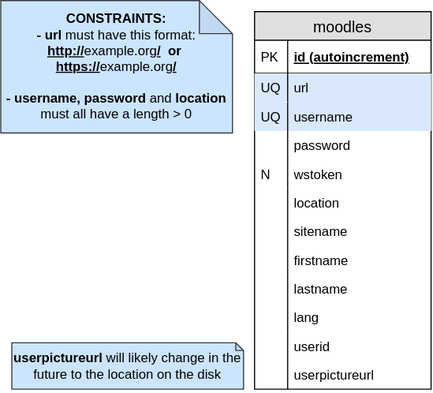
This is db/DB.svg from LiTO773/NoodleOld, a draw.io export, as it was before one commit. Source tidied: cells renumbered, new cells last; positions are measured from the earlier drawing's top-left corner, leaving out a move shared by most shapes.
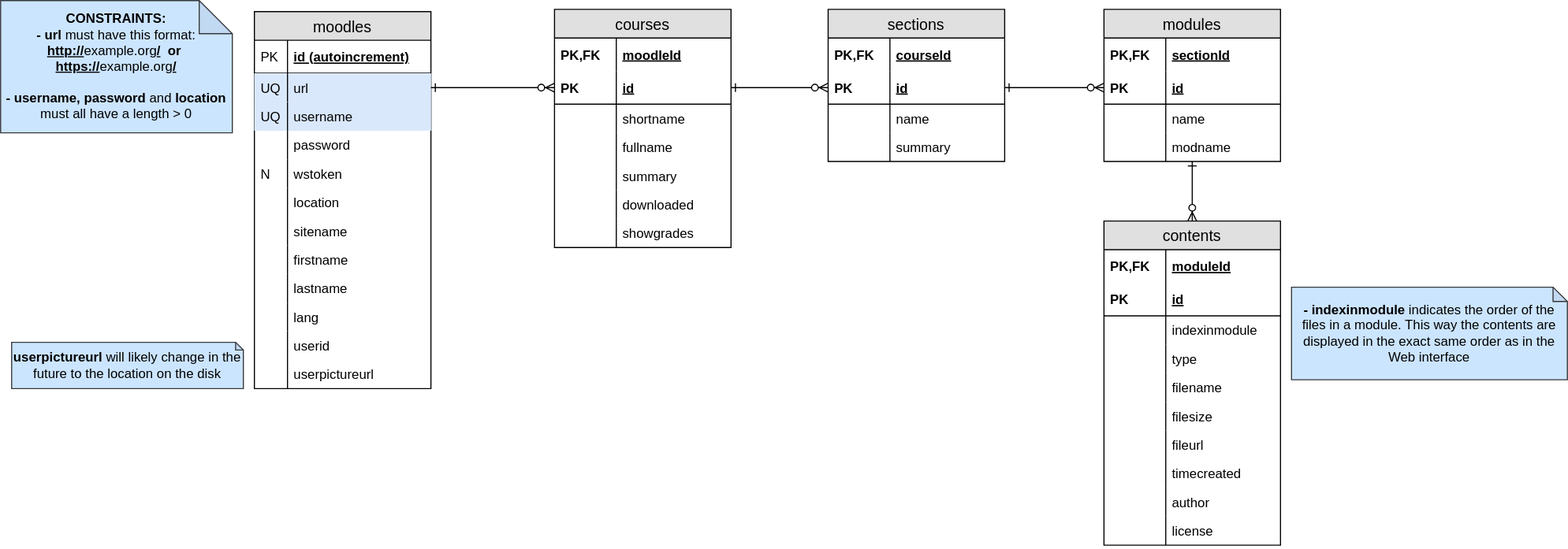
Above is the later version.

Commit message:
feat(db): New Relational Model

The new Relational Model now allows stores all the necessary Moodle information.

The edit, as a diff of the source:
```diff
@@ -83,5 +83,188 @@
     <mxCell id="28" value="&lt;b&gt;userpictureurl &lt;/b&gt;will likely change in the future to the location on the disk" style="shape=note;whiteSpace=wrap;html=1;backgroundOutline=1;darkOpacity=0.05;fillColor=#cce5ff;strokeColor=#36393d;size=7;" parent="1" vertex="1">
       <mxGeometry x="10" y="310" width="210" height="42" as="geometry" />
     </mxCell>
+    <mxCell id="29" style="edgeStyle=orthogonalEdgeStyle;rounded=0;orthogonalLoop=1;jettySize=auto;html=1;exitX=0.5;exitY=1;exitDx=0;exitDy=0;exitPerimeter=0;" parent="1" edge="1">
+      <mxGeometry relative="1" as="geometry">
+        <mxPoint x="680" y="381" as="sourcePoint" />
+        <mxPoint x="680" y="381" as="targetPoint" />
+      </mxGeometry>
+    </mxCell>
+    <mxCell id="30" value="courses" style="swimlane;fontStyle=0;horizontal=1;startSize=26;fillColor=#e0e0e0;swimlaneFillColor=#ffffff;align=center;fontSize=14;" parent="1" vertex="1">
+      <mxGeometry x="502" y="8" width="160" height="216" as="geometry" />
+    </mxCell>
+    <mxCell id="31" value="moodleId" style="shape=partialRectangle;top=0;left=0;right=0;bottom=0;align=left;verticalAlign=middle;fillColor=none;spacingLeft=60;spacingRight=4;overflow=hidden;fontStyle=5;fontSize=12;" parent="30" vertex="1">
+      <mxGeometry y="26" width="160" height="30" as="geometry" />
+    </mxCell>
+    <mxCell id="32" value="PK,FK" style="shape=partialRectangle;fontStyle=1;top=0;left=0;bottom=0;fillColor=none;align=left;verticalAlign=middle;spacingLeft=4;spacingRight=4;overflow=hidden;fontSize=12;" parent="31" vertex="1">
+      <mxGeometry width="56" height="30" as="geometry" />
+    </mxCell>
+    <mxCell id="33" value="id" style="shape=partialRectangle;top=0;left=0;right=0;bottom=1;align=left;verticalAlign=middle;fillColor=none;spacingLeft=60;spacingRight=4;overflow=hidden;points=[[0,0.5],[1,0.5]];portConstraint=eastwest;fontStyle=5;fontSize=12;" parent="30" vertex="1">
+      <mxGeometry y="56" width="160" height="30" as="geometry" />
+    </mxCell>
+    <mxCell id="34" value="PK" style="shape=partialRectangle;fontStyle=1;top=0;left=0;bottom=0;fillColor=none;align=left;verticalAlign=middle;spacingLeft=4;spacingRight=4;overflow=hidden;fontSize=12;" parent="33" vertex="1">
+      <mxGeometry width="56" height="30" as="geometry" />
+    </mxCell>
+    <mxCell id="35" value="shortname" style="shape=partialRectangle;top=0;left=0;right=0;bottom=0;align=left;verticalAlign=top;fillColor=none;spacingLeft=60;spacingRight=4;overflow=hidden;fontSize=12;" parent="30" vertex="1">
+      <mxGeometry y="86" width="160" height="26" as="geometry" />
+    </mxCell>
+    <mxCell id="36" style="shape=partialRectangle;top=0;left=0;bottom=0;fillColor=none;align=left;verticalAlign=top;spacingLeft=4;spacingRight=4;overflow=hidden;fontSize=12;" parent="35" vertex="1">
+      <mxGeometry width="56" height="26" as="geometry" />
+    </mxCell>
+    <mxCell id="37" value="fullname" style="shape=partialRectangle;top=0;left=0;right=0;bottom=0;align=left;verticalAlign=top;fillColor=none;spacingLeft=60;spacingRight=4;overflow=hidden;fontSize=12;" parent="30" vertex="1">
+      <mxGeometry y="112" width="160" height="26" as="geometry" />
+    </mxCell>
+    <mxCell id="38" style="shape=partialRectangle;top=0;left=0;bottom=0;fillColor=none;align=left;verticalAlign=top;spacingLeft=4;spacingRight=4;overflow=hidden;fontSize=12;" parent="37" vertex="1">
+      <mxGeometry width="56" height="26" as="geometry" />
+    </mxCell>
+    <mxCell id="39" value="summary" style="shape=partialRectangle;top=0;left=0;right=0;bottom=0;align=left;verticalAlign=top;fillColor=none;spacingLeft=60;spacingRight=4;overflow=hidden;fontSize=12;" parent="30" vertex="1">
+      <mxGeometry y="138" width="160" height="26" as="geometry" />
+    </mxCell>
+    <mxCell id="40" style="shape=partialRectangle;top=0;left=0;bottom=0;fillColor=none;align=left;verticalAlign=top;spacingLeft=4;spacingRight=4;overflow=hidden;fontSize=12;" parent="39" vertex="1">
+      <mxGeometry width="56" height="26" as="geometry" />
+    </mxCell>
+    <mxCell id="41" value="downloaded" style="shape=partialRectangle;top=0;left=0;right=0;bottom=0;align=left;verticalAlign=top;fillColor=none;spacingLeft=60;spacingRight=4;overflow=hidden;fontSize=12;" parent="30" vertex="1">
+      <mxGeometry y="164" width="160" height="26" as="geometry" />
+    </mxCell>
+    <mxCell id="42" style="shape=partialRectangle;top=0;left=0;bottom=0;fillColor=none;align=left;verticalAlign=top;spacingLeft=4;spacingRight=4;overflow=hidden;fontSize=12;" parent="41" vertex="1">
+      <mxGeometry width="56" height="26" as="geometry" />
+    </mxCell>
+    <mxCell id="43" value="showgrades" style="shape=partialRectangle;top=0;left=0;right=0;bottom=0;align=left;verticalAlign=top;fillColor=none;spacingLeft=60;spacingRight=4;overflow=hidden;fontSize=12;" parent="30" vertex="1">
+      <mxGeometry y="190" width="160" height="26" as="geometry" />
+    </mxCell>
+    <mxCell id="44" style="shape=partialRectangle;top=0;left=0;bottom=0;fillColor=none;align=left;verticalAlign=top;spacingLeft=4;spacingRight=4;overflow=hidden;fontSize=12;" parent="43" vertex="1">
+      <mxGeometry width="56" height="26" as="geometry" />
+    </mxCell>
+    <mxCell id="45" style="fontSize=12;html=1;endArrow=ERzeroToMany;startArrow=ERone;entryX=0;entryY=0.5;entryDx=0;entryDy=0;exitX=1;exitY=0.5;exitDx=0;exitDy=0;startFill=0;" parent="1" edge="1" source="5" target="33">
+      <mxGeometry relative="1" as="geometry" />
+    </mxCell>
+    <mxCell id="46" value="sections" style="swimlane;fontStyle=0;horizontal=1;startSize=26;fillColor=#e0e0e0;swimlaneFillColor=#ffffff;align=center;fontSize=14;" parent="1" vertex="1">
+      <mxGeometry x="750" y="8" width="160" height="138" as="geometry" />
+    </mxCell>
+    <mxCell id="47" value="courseId" style="shape=partialRectangle;top=0;left=0;right=0;bottom=0;align=left;verticalAlign=middle;fillColor=none;spacingLeft=60;spacingRight=4;overflow=hidden;fontStyle=5;fontSize=12;" parent="46" vertex="1">
+      <mxGeometry y="26" width="160" height="30" as="geometry" />
+    </mxCell>
+    <mxCell id="48" value="PK,FK" style="shape=partialRectangle;fontStyle=1;top=0;left=0;bottom=0;fillColor=none;align=left;verticalAlign=middle;spacingLeft=4;spacingRight=4;overflow=hidden;fontSize=12;" parent="47" vertex="1">
+      <mxGeometry width="56" height="30" as="geometry" />
+    </mxCell>
+    <mxCell id="49" value="id" style="shape=partialRectangle;top=0;left=0;right=0;bottom=1;align=left;verticalAlign=middle;fillColor=none;spacingLeft=60;spacingRight=4;overflow=hidden;points=[[0,0.5],[1,0.5]];portConstraint=eastwest;fontStyle=5;fontSize=12;" parent="46" vertex="1">
+      <mxGeometry y="56" width="160" height="30" as="geometry" />
+    </mxCell>
+    <mxCell id="50" value="PK" style="shape=partialRectangle;fontStyle=1;top=0;left=0;bottom=0;fillColor=none;align=left;verticalAlign=middle;spacingLeft=4;spacingRight=4;overflow=hidden;fontSize=12;" parent="49" vertex="1">
+      <mxGeometry width="56" height="30" as="geometry" />
+    </mxCell>
+    <mxCell id="51" value="name" style="shape=partialRectangle;top=0;left=0;right=0;bottom=0;align=left;verticalAlign=top;fillColor=none;spacingLeft=60;spacingRight=4;overflow=hidden;fontSize=12;" parent="46" vertex="1">
+      <mxGeometry y="86" width="160" height="26" as="geometry" />
+    </mxCell>
+    <mxCell id="52" style="shape=partialRectangle;top=0;left=0;bottom=0;fillColor=none;align=left;verticalAlign=top;spacingLeft=4;spacingRight=4;overflow=hidden;fontSize=12;" parent="51" vertex="1">
+      <mxGeometry width="56" height="26" as="geometry" />
+    </mxCell>
+    <mxCell id="53" value="summary" style="shape=partialRectangle;top=0;left=0;right=0;bottom=0;align=left;verticalAlign=top;fillColor=none;spacingLeft=60;spacingRight=4;overflow=hidden;fontSize=12;" parent="46" vertex="1">
+      <mxGeometry y="112" width="160" height="26" as="geometry" />
+    </mxCell>
+    <mxCell id="54" style="shape=partialRectangle;top=0;left=0;bottom=0;fillColor=none;align=left;verticalAlign=top;spacingLeft=4;spacingRight=4;overflow=hidden;fontSize=12;" parent="53" vertex="1">
+      <mxGeometry width="56" height="26" as="geometry" />
+    </mxCell>
+    <mxCell id="55" style="fontSize=12;html=1;endArrow=ERzeroToMany;startArrow=ERone;entryX=0;entryY=0.5;entryDx=0;entryDy=0;startFill=0;" parent="1" edge="1" source="33" target="49">
+      <mxGeometry relative="1" as="geometry" />
+    </mxCell>
+    <mxCell id="56" value="modules" style="swimlane;fontStyle=0;horizontal=1;startSize=26;fillColor=#e0e0e0;swimlaneFillColor=#ffffff;align=center;fontSize=14;" parent="1" vertex="1">
+      <mxGeometry x="1000" y="8" width="160" height="138" as="geometry" />
+    </mxCell>
+    <mxCell id="57" value="sectionId" style="shape=partialRectangle;top=0;left=0;right=0;bottom=0;align=left;verticalAlign=middle;fillColor=none;spacingLeft=60;spacingRight=4;overflow=hidden;fontStyle=5;fontSize=12;" parent="56" vertex="1">
+      <mxGeometry y="26" width="160" height="30" as="geometry" />
+    </mxCell>
+    <mxCell id="58" value="PK,FK" style="shape=partialRectangle;fontStyle=1;top=0;left=0;bottom=0;fillColor=none;align=left;verticalAlign=middle;spacingLeft=4;spacingRight=4;overflow=hidden;fontSize=12;" parent="57" vertex="1">
+      <mxGeometry width="56" height="30" as="geometry" />
+    </mxCell>
+    <mxCell id="59" value="id" style="shape=partialRectangle;top=0;left=0;right=0;bottom=1;align=left;verticalAlign=middle;fillColor=none;spacingLeft=60;spacingRight=4;overflow=hidden;points=[[0,0.5],[1,0.5]];portConstraint=eastwest;fontStyle=5;fontSize=12;" parent="56" vertex="1">
+      <mxGeometry y="56" width="160" height="30" as="geometry" />
+    </mxCell>
+    <mxCell id="60" value="PK" style="shape=partialRectangle;fontStyle=1;top=0;left=0;bottom=0;fillColor=none;align=left;verticalAlign=middle;spacingLeft=4;spacingRight=4;overflow=hidden;fontSize=12;" parent="59" vertex="1">
+      <mxGeometry width="56" height="30" as="geometry" />
+    </mxCell>
+    <mxCell id="61" value="name" style="shape=partialRectangle;top=0;left=0;right=0;bottom=0;align=left;verticalAlign=top;fillColor=none;spacingLeft=60;spacingRight=4;overflow=hidden;fontSize=12;" parent="56" vertex="1">
+      <mxGeometry y="86" width="160" height="26" as="geometry" />
+    </mxCell>
+    <mxCell id="62" style="shape=partialRectangle;top=0;left=0;bottom=0;fillColor=none;align=left;verticalAlign=top;spacingLeft=4;spacingRight=4;overflow=hidden;fontSize=12;" parent="61" vertex="1">
+      <mxGeometry width="56" height="26" as="geometry" />
+    </mxCell>
+    <mxCell id="63" value="modname" style="shape=partialRectangle;top=0;left=0;right=0;bottom=0;align=left;verticalAlign=top;fillColor=none;spacingLeft=60;spacingRight=4;overflow=hidden;points=[[0,0.5],[1,0.5]];portConstraint=eastwest;fontSize=12;" parent="56" vertex="1">
+      <mxGeometry y="112" width="160" height="26" as="geometry" />
+    </mxCell>
+    <mxCell id="64" style="shape=partialRectangle;top=0;left=0;bottom=0;fillColor=none;align=left;verticalAlign=top;spacingLeft=4;spacingRight=4;overflow=hidden;fontSize=12;" parent="63" vertex="1">
+      <mxGeometry width="56" height="26" as="geometry" />
+    </mxCell>
+    <mxCell id="65" style="fontSize=12;html=1;endArrow=ERzeroToMany;startArrow=ERone;entryX=0;entryY=0.5;entryDx=0;entryDy=0;endFill=1;startFill=0;exitX=1;exitY=0.5;exitDx=0;exitDy=0;" parent="1" edge="1" source="49" target="59">
+      <mxGeometry relative="1" as="geometry" />
+    </mxCell>
+    <mxCell id="66" value="contents" style="swimlane;fontStyle=0;horizontal=1;startSize=26;fillColor=#e0e0e0;swimlaneFillColor=#ffffff;align=center;fontSize=14;" parent="1" vertex="1">
+      <mxGeometry x="1000" y="200" width="160" height="294" as="geometry" />
+    </mxCell>
+    <mxCell id="67" value="moduleId" style="shape=partialRectangle;top=0;left=0;right=0;bottom=0;align=left;verticalAlign=middle;fillColor=none;spacingLeft=60;spacingRight=4;overflow=hidden;fontStyle=5;fontSize=12;" parent="66" vertex="1">
+      <mxGeometry y="26" width="160" height="30" as="geometry" />
+    </mxCell>
+    <mxCell id="68" value="PK,FK" style="shape=partialRectangle;fontStyle=1;top=0;left=0;bottom=0;fillColor=none;align=left;verticalAlign=middle;spacingLeft=4;spacingRight=4;overflow=hidden;fontSize=12;" parent="67" vertex="1">
+      <mxGeometry width="56" height="30" as="geometry" />
+    </mxCell>
+    <mxCell id="69" value="id" style="shape=partialRectangle;top=0;left=0;right=0;bottom=1;align=left;verticalAlign=middle;fillColor=none;spacingLeft=60;spacingRight=4;overflow=hidden;fontStyle=5;fontSize=12;" parent="66" vertex="1">
+      <mxGeometry y="56" width="160" height="30" as="geometry" />
+    </mxCell>
+    <mxCell id="70" value="PK" style="shape=partialRectangle;fontStyle=1;top=0;left=0;bottom=0;fillColor=none;align=left;verticalAlign=middle;spacingLeft=4;spacingRight=4;overflow=hidden;fontSize=12;" parent="69" vertex="1">
+      <mxGeometry width="56" height="30" as="geometry" />
+    </mxCell>
+    <mxCell id="71" value="indexinmodule" style="shape=partialRectangle;top=0;left=0;right=0;bottom=0;align=left;verticalAlign=top;fillColor=none;spacingLeft=60;spacingRight=4;overflow=hidden;fontSize=12;" parent="66" vertex="1">
+      <mxGeometry y="86" width="160" height="26" as="geometry" />
+    </mxCell>
+    <mxCell id="72" style="shape=partialRectangle;top=0;left=0;bottom=0;fillColor=none;align=left;verticalAlign=top;spacingLeft=4;spacingRight=4;overflow=hidden;fontSize=12;" parent="71" vertex="1">
+      <mxGeometry width="56" height="26" as="geometry" />
+    </mxCell>
+    <mxCell id="73" value="type" style="shape=partialRectangle;top=0;left=0;right=0;bottom=0;align=left;verticalAlign=top;fillColor=none;spacingLeft=60;spacingRight=4;overflow=hidden;fontSize=12;" parent="66" vertex="1">
+      <mxGeometry y="112" width="160" height="26" as="geometry" />
+    </mxCell>
+    <mxCell id="74" style="shape=partialRectangle;top=0;left=0;bottom=0;fillColor=none;align=left;verticalAlign=top;spacingLeft=4;spacingRight=4;overflow=hidden;fontSize=12;" parent="73" vertex="1">
+      <mxGeometry width="56" height="26" as="geometry" />
+    </mxCell>
+    <mxCell id="75" value="filename" style="shape=partialRectangle;top=0;left=0;right=0;bottom=0;align=left;verticalAlign=top;fillColor=none;spacingLeft=60;spacingRight=4;overflow=hidden;fontSize=12;" parent="66" vertex="1">
+      <mxGeometry y="138" width="160" height="26" as="geometry" />
+    </mxCell>
+    <mxCell id="76" style="shape=partialRectangle;top=0;left=0;bottom=0;fillColor=none;align=left;verticalAlign=top;spacingLeft=4;spacingRight=4;overflow=hidden;fontSize=12;" parent="75" vertex="1">
+      <mxGeometry width="56" height="26" as="geometry" />
+    </mxCell>
+    <mxCell id="77" value="filesize" style="shape=partialRectangle;top=0;left=0;right=0;bottom=0;align=left;verticalAlign=top;fillColor=none;spacingLeft=60;spacingRight=4;overflow=hidden;fontSize=12;" parent="66" vertex="1">
+      <mxGeometry y="164" width="160" height="26" as="geometry" />
+    </mxCell>
+    <mxCell id="78" style="shape=partialRectangle;top=0;left=0;bottom=0;fillColor=none;align=left;verticalAlign=top;spacingLeft=4;spacingRight=4;overflow=hidden;fontSize=12;" parent="77" vertex="1">
+      <mxGeometry width="56" height="26" as="geometry" />
+    </mxCell>
+    <mxCell id="79" value="fileurl" style="shape=partialRectangle;top=0;left=0;right=0;bottom=0;align=left;verticalAlign=top;fillColor=none;spacingLeft=60;spacingRight=4;overflow=hidden;fontSize=12;" parent="66" vertex="1">
+      <mxGeometry y="190" width="160" height="26" as="geometry" />
+    </mxCell>
+    <mxCell id="80" style="shape=partialRectangle;top=0;left=0;bottom=0;fillColor=none;align=left;verticalAlign=top;spacingLeft=4;spacingRight=4;overflow=hidden;fontSize=12;" parent="79" vertex="1">
+      <mxGeometry width="56" height="26" as="geometry" />
+    </mxCell>
+    <mxCell id="81" value="timecreated" style="shape=partialRectangle;top=0;left=0;right=0;bottom=0;align=left;verticalAlign=top;fillColor=none;spacingLeft=60;spacingRight=4;overflow=hidden;fontSize=12;" parent="66" vertex="1">
+      <mxGeometry y="216" width="160" height="26" as="geometry" />
+    </mxCell>
+    <mxCell id="82" style="shape=partialRectangle;top=0;left=0;bottom=0;fillColor=none;align=left;verticalAlign=top;spacingLeft=4;spacingRight=4;overflow=hidden;fontSize=12;" parent="81" vertex="1">
+      <mxGeometry width="56" height="26" as="geometry" />
+    </mxCell>
+    <mxCell id="83" value="author" style="shape=partialRectangle;top=0;left=0;right=0;bottom=0;align=left;verticalAlign=top;fillColor=none;spacingLeft=60;spacingRight=4;overflow=hidden;fontSize=12;" parent="66" vertex="1">
+      <mxGeometry y="242" width="160" height="26" as="geometry" />
+    </mxCell>
+    <mxCell id="84" style="shape=partialRectangle;top=0;left=0;bottom=0;fillColor=none;align=left;verticalAlign=top;spacingLeft=4;spacingRight=4;overflow=hidden;fontSize=12;" parent="83" vertex="1">
+      <mxGeometry width="56" height="26" as="geometry" />
+    </mxCell>
+    <mxCell id="85" value="license" style="shape=partialRectangle;top=0;left=0;right=0;bottom=0;align=left;verticalAlign=top;fillColor=none;spacingLeft=60;spacingRight=4;overflow=hidden;fontSize=12;" parent="66" vertex="1">
+      <mxGeometry y="268" width="160" height="26" as="geometry" />
+    </mxCell>
+    <mxCell id="86" style="shape=partialRectangle;top=0;left=0;bottom=0;fillColor=none;align=left;verticalAlign=top;spacingLeft=4;spacingRight=4;overflow=hidden;fontSize=12;" parent="85" vertex="1">
+      <mxGeometry width="56" height="26" as="geometry" />
+    </mxCell>
+    <mxCell id="87" style="fontSize=12;html=1;endArrow=ERzeroToMany;startArrow=ERone;entryX=0.5;entryY=0;entryDx=0;entryDy=0;endFill=1;startFill=0;" parent="1" edge="1" source="63" target="66">
+      <mxGeometry relative="1" as="geometry" />
+    </mxCell>
+    <mxCell id="88" value="&lt;b&gt;- indexinmodule &lt;/b&gt;indicates the order of the files in a module. This way the contents are displayed in the exact same order as in the Web interface" style="shape=note;whiteSpace=wrap;html=1;backgroundOutline=1;darkOpacity=0.05;fillColor=#cce5ff;strokeColor=#36393d;size=13;" parent="1" vertex="1">
+      <mxGeometry x="1170" y="260" width="250" height="84" as="geometry" />
+    </mxCell>
   </root>
 </mxGraphModel>
```
